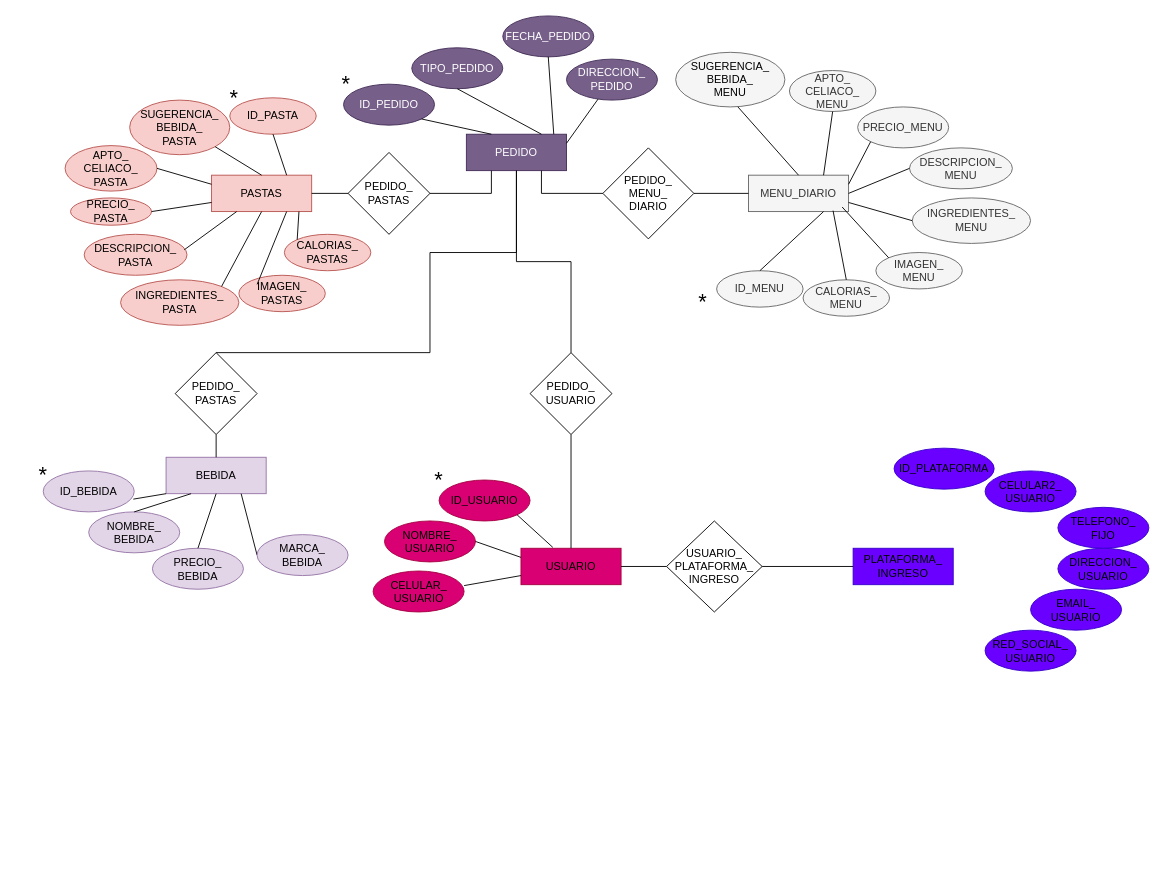
Before: parcial.drawio in hachazo/db-Tp1, a draw.io diagram. Source tidied: cells renumbered, new cells numbered last; positions are measured from the earlier drawing's top-left corner, leaving out a move shared by most shapes. Both pictures are drawn from the tidied source at 91%, with x=0, y=0 at pixel (15, 15).
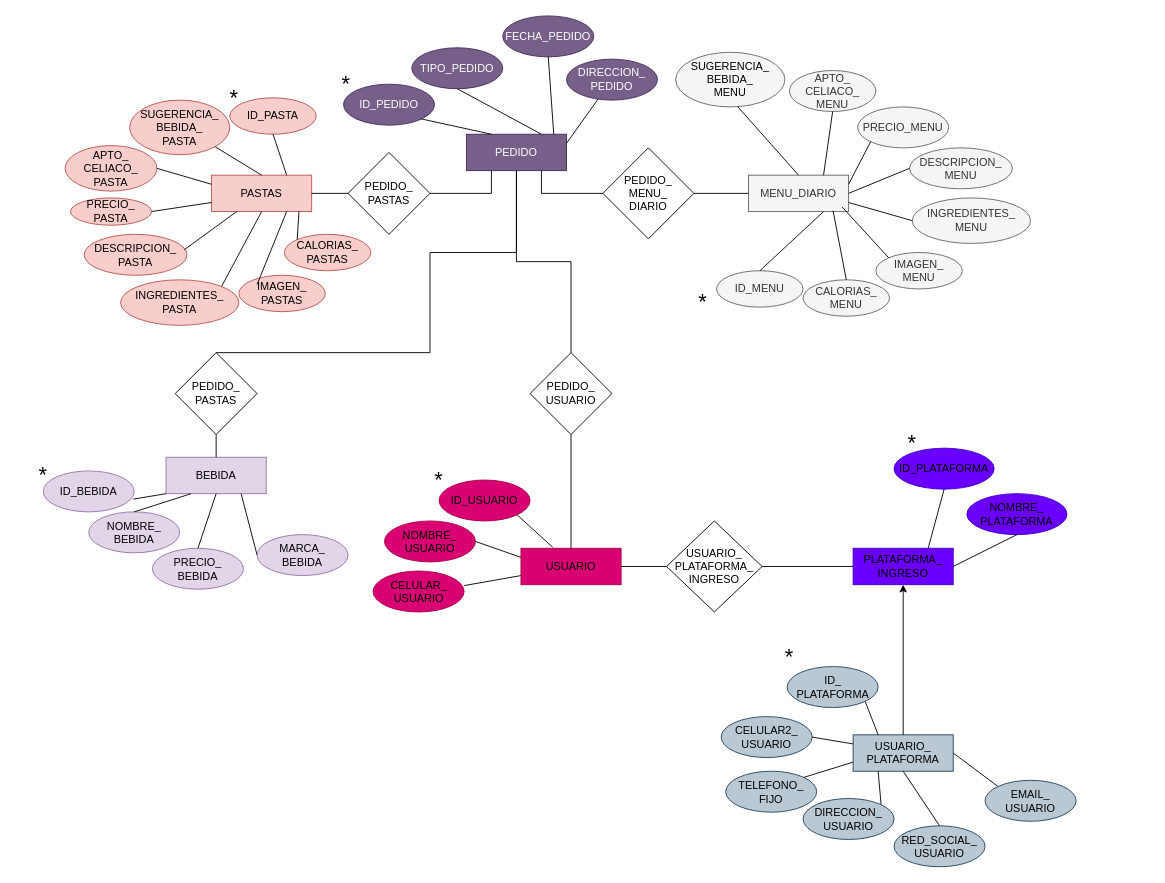
The same diagram, later.

The change refers to these unchanged cells:
```xml
<mxCell id="80" value="&lt;font color=&quot;#000000&quot;&gt;PLATAFORMA_&lt;/font&gt;&lt;div&gt;&lt;font color=&quot;#000000&quot;&gt;INGRESO&lt;/font&gt;&lt;/div&gt;" style="rounded=0;whiteSpace=wrap;html=1;fillColor=#6a00ff;strokeColor=#3700CC;fontColor=#ffffff;" parent="1" vertex="1">
  <mxGeometry x="920" y="585" width="110" height="40" as="geometry" />
</mxCell>
<mxCell id="82" value="&lt;font color=&quot;#000000&quot;&gt;ID_PLATAFORMA&lt;/font&gt;" style="ellipse;whiteSpace=wrap;html=1;fillColor=#6a00ff;strokeColor=#3700CC;fontColor=#ffffff;" parent="1" vertex="1">
  <mxGeometry x="965" y="475" width="110" height="45" as="geometry" />
</mxCell>
```

The edit, as a diff of the source:
```diff
@@
-    <mxCell id="83" value="&lt;font color=&quot;#000000&quot;&gt;CELULAR2_&lt;/font&gt;&lt;div&gt;&lt;font color=&quot;#000000&quot;&gt;USUARIO&lt;/font&gt;&lt;/div&gt;" style="ellipse;whiteSpace=wrap;html=1;fillColor=#6a00ff;strokeColor=#3700CC;fontColor=#ffffff;" parent="1" vertex="1">
-      <mxGeometry x="1065" y="500" width="100" height="45" as="geometry" />
+    <mxCell id="83" value="&lt;font color=&quot;#000000&quot;&gt;CELULAR2_&lt;/font&gt;&lt;div&gt;&lt;font color=&quot;#000000&quot;&gt;USUARIO&lt;/font&gt;&lt;/div&gt;" style="ellipse;whiteSpace=wrap;html=1;fillColor=#bac8d3;strokeColor=#23445d;" parent="1" vertex="1">
+      <mxGeometry x="775" y="770" width="100" height="45" as="geometry" />
     </mxCell>
-    <mxCell id="84" value="&lt;font color=&quot;#000000&quot;&gt;DIRECCION_&lt;/font&gt;&lt;div&gt;&lt;font color=&quot;#000000&quot;&gt;USUARIO&lt;/font&gt;&lt;/div&gt;" style="ellipse;whiteSpace=wrap;html=1;fillColor=#6a00ff;strokeColor=#3700CC;fontColor=#ffffff;" parent="1" vertex="1">
-      <mxGeometry x="1145" y="585" width="100" height="45" as="geometry" />
+    <mxCell id="84" value="&lt;font color=&quot;#000000&quot;&gt;DIRECCION_&lt;/font&gt;&lt;div&gt;&lt;font color=&quot;#000000&quot;&gt;USUARIO&lt;/font&gt;&lt;/div&gt;" style="ellipse;whiteSpace=wrap;html=1;fillColor=#bac8d3;strokeColor=#23445d;" parent="1" vertex="1">
+      <mxGeometry x="865" y="860" width="100" height="45" as="geometry" />
     </mxCell>
-    <mxCell id="85" value="&lt;font color=&quot;#000000&quot;&gt;TELEFONO_&lt;/font&gt;&lt;div&gt;&lt;font color=&quot;#000000&quot;&gt;FIJO&lt;/font&gt;&lt;/div&gt;" style="ellipse;whiteSpace=wrap;html=1;fillColor=#6a00ff;strokeColor=#3700CC;fontColor=#ffffff;" parent="1" vertex="1">
-      <mxGeometry x="1145" y="540" width="100" height="45" as="geometry" />
+    <mxCell id="85" value="&lt;font color=&quot;#000000&quot;&gt;TELEFONO_&lt;/font&gt;&lt;div&gt;&lt;font color=&quot;#000000&quot;&gt;FIJO&lt;/font&gt;&lt;/div&gt;" style="ellipse;whiteSpace=wrap;html=1;fillColor=#bac8d3;strokeColor=#23445d;" parent="1" vertex="1">
+      <mxGeometry x="780" y="830" width="100" height="45" as="geometry" />
     </mxCell>
-    <mxCell id="86" value="&lt;font color=&quot;#000000&quot;&gt;EMAIL_&lt;/font&gt;&lt;div&gt;&lt;font color=&quot;#000000&quot;&gt;USUARIO&lt;/font&gt;&lt;/div&gt;" style="ellipse;whiteSpace=wrap;html=1;fillColor=#6a00ff;strokeColor=#3700CC;fontColor=#ffffff;" parent="1" vertex="1">
-      <mxGeometry x="1115" y="630" width="100" height="45" as="geometry" />
+    <mxCell id="86" value="&lt;font color=&quot;#000000&quot;&gt;EMAIL_&lt;/font&gt;&lt;div&gt;&lt;font color=&quot;#000000&quot;&gt;USUARIO&lt;/font&gt;&lt;/div&gt;" style="ellipse;whiteSpace=wrap;html=1;fillColor=#bac8d3;strokeColor=#23445d;" parent="1" vertex="1">
+      <mxGeometry x="1065" y="840" width="100" height="45" as="geometry" />
     </mxCell>
-    <mxCell id="87" value="&lt;font color=&quot;#000000&quot;&gt;RED_SOCIAL_&lt;/font&gt;&lt;div&gt;&lt;font color=&quot;#000000&quot;&gt;USUARIO&lt;/font&gt;&lt;/div&gt;" style="ellipse;whiteSpace=wrap;html=1;fillColor=#6a00ff;strokeColor=#3700CC;fontColor=#ffffff;" parent="1" vertex="1">
-      <mxGeometry x="1065" y="675" width="100" height="45" as="geometry" />
+    <mxCell id="87" value="&lt;font color=&quot;#000000&quot;&gt;RED_SOCIAL_&lt;/font&gt;&lt;div&gt;&lt;font color=&quot;#000000&quot;&gt;USUARIO&lt;/font&gt;&lt;/div&gt;" style="ellipse;whiteSpace=wrap;html=1;fillColor=#bac8d3;strokeColor=#23445d;" parent="1" vertex="1">
+      <mxGeometry x="965" y="890" width="100" height="45" as="geometry" />
     </mxCell>
+    <mxCell id="88" value="&lt;font color=&quot;#000000&quot;&gt;USUARIO_&lt;/font&gt;&lt;div&gt;&lt;font color=&quot;#000000&quot;&gt;PLATAFORMA&lt;/font&gt;&lt;/div&gt;" style="rounded=0;whiteSpace=wrap;html=1;fillColor=#bac8d3;strokeColor=#23445d;" parent="1" vertex="1">
+      <mxGeometry x="920" y="790" width="110" height="40" as="geometry" />
+    </mxCell>
+    <mxCell id="89" value="&lt;font color=&quot;#000000&quot;&gt;NOMBRE_&lt;/font&gt;&lt;div&gt;&lt;font color=&quot;#000000&quot;&gt;PLATAFORMA&lt;/font&gt;&lt;/div&gt;" style="ellipse;whiteSpace=wrap;html=1;fillColor=#6a00ff;strokeColor=#3700CC;fontColor=#ffffff;" parent="1" vertex="1">
+      <mxGeometry x="1045" y="525" width="110" height="45" as="geometry" />
+    </mxCell>
+    <mxCell id="90" value="&lt;font style=&quot;font-size: 24px;&quot;&gt;*&lt;/font&gt;" style="text;html=1;align=center;verticalAlign=middle;whiteSpace=wrap;rounded=0;" parent="1" vertex="1">
+      <mxGeometry x="955" y="455" width="60" height="30" as="geometry" />
+    </mxCell>
+    <mxCell id="91" value="&lt;font style=&quot;font-size: 24px;&quot;&gt;*&lt;/font&gt;" style="text;html=1;align=center;verticalAlign=middle;whiteSpace=wrap;rounded=0;" parent="1" vertex="1">
+      <mxGeometry x="820" y="690" width="60" height="30" as="geometry" />
+    </mxCell>
+    <mxCell id="92" value="&lt;font color=&quot;#000000&quot;&gt;ID_&lt;/font&gt;&lt;div&gt;&lt;font color=&quot;#000000&quot;&gt;PLATAFORMA&lt;/font&gt;&lt;/div&gt;" style="ellipse;whiteSpace=wrap;html=1;fillColor=#bac8d3;strokeColor=#23445d;" parent="1" vertex="1">
+      <mxGeometry x="847.5" y="715" width="100" height="45" as="geometry" />
+    </mxCell>
+    <mxCell id="93" style="endArrow=classic;html=1;rounded=0;entryX=0.5;entryY=1;entryDx=0;entryDy=0;exitX=0.5;exitY=0;exitDx=0;exitDy=0;" parent="1" edge="1" source="88" target="80">
+      <mxGeometry relative="1" as="geometry" />
+    </mxCell>
+    <mxCell id="94" style="endArrow=none;html=1;rounded=0;entryX=0.25;entryY=0;entryDx=0;entryDy=0;exitX=1;exitY=1;exitDx=0;exitDy=0;" parent="1" edge="1" source="92" target="88">
+      <mxGeometry relative="1" as="geometry" />
+    </mxCell>
+    <mxCell id="95" style="endArrow=none;html=1;rounded=0;entryX=0;entryY=0.25;entryDx=0;entryDy=0;exitX=1;exitY=0.5;exitDx=0;exitDy=0;" parent="1" edge="1" source="83" target="88">
+      <mxGeometry relative="1" as="geometry" />
+    </mxCell>
+    <mxCell id="96" style="endArrow=none;html=1;rounded=0;entryX=0;entryY=0.75;entryDx=0;entryDy=0;exitX=1;exitY=0;exitDx=0;exitDy=0;" parent="1" edge="1" source="85" target="88">
+      <mxGeometry relative="1" as="geometry" />
+    </mxCell>
+    <mxCell id="97" style="endArrow=none;html=1;rounded=0;entryX=0.25;entryY=1;entryDx=0;entryDy=0;exitX=1;exitY=0;exitDx=0;exitDy=0;" parent="1" edge="1" source="84" target="88">
+      <mxGeometry relative="1" as="geometry" />
+    </mxCell>
+    <mxCell id="98" style="endArrow=none;html=1;rounded=0;entryX=0.5;entryY=1;entryDx=0;entryDy=0;exitX=0.5;exitY=0;exitDx=0;exitDy=0;" parent="1" edge="1" source="87" target="88">
+      <mxGeometry relative="1" as="geometry" />
+    </mxCell>
+    <mxCell id="99" style="endArrow=none;html=1;rounded=0;entryX=1;entryY=0.5;entryDx=0;entryDy=0;exitX=0;exitY=0;exitDx=0;exitDy=0;" parent="1" edge="1" source="86" target="88">
+      <mxGeometry relative="1" as="geometry" />
+    </mxCell>
+    <mxCell id="100" style="endArrow=none;html=1;rounded=0;entryX=0.5;entryY=1;entryDx=0;entryDy=0;exitX=0.75;exitY=0;exitDx=0;exitDy=0;" parent="1" edge="1" source="80" target="82">
+      <mxGeometry relative="1" as="geometry" />
+    </mxCell>
+    <mxCell id="101" style="endArrow=none;html=1;rounded=0;entryX=0.5;entryY=1;entryDx=0;entryDy=0;exitX=1;exitY=0.5;exitDx=0;exitDy=0;" parent="1" edge="1" source="80" target="89">
+      <mxGeometry relative="1" as="geometry" />
+    </mxCell>
```
